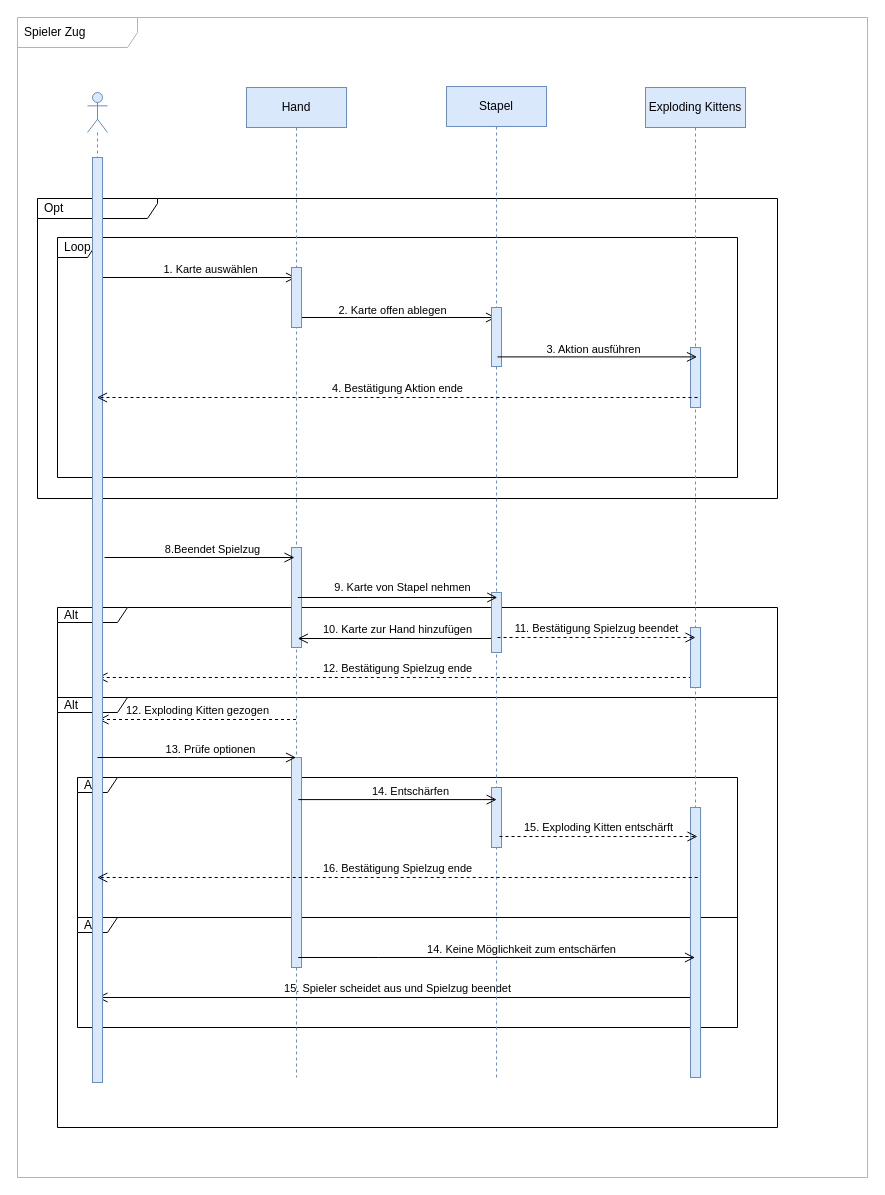
anuerk/se_exploding_kittens keeps this draw.io diagram as sequence_diagram/diagram/workspace/sequence.drawio. Above is the earlier version. Source tidied: cells renumbered, new cells numbered last; positions are measured from the earlier drawing's top-left corner, leaving out a move shared by most shapes. Both pictures are drawn from the tidied source at 100%, with x=0, y=0 at pixel (17, 17).
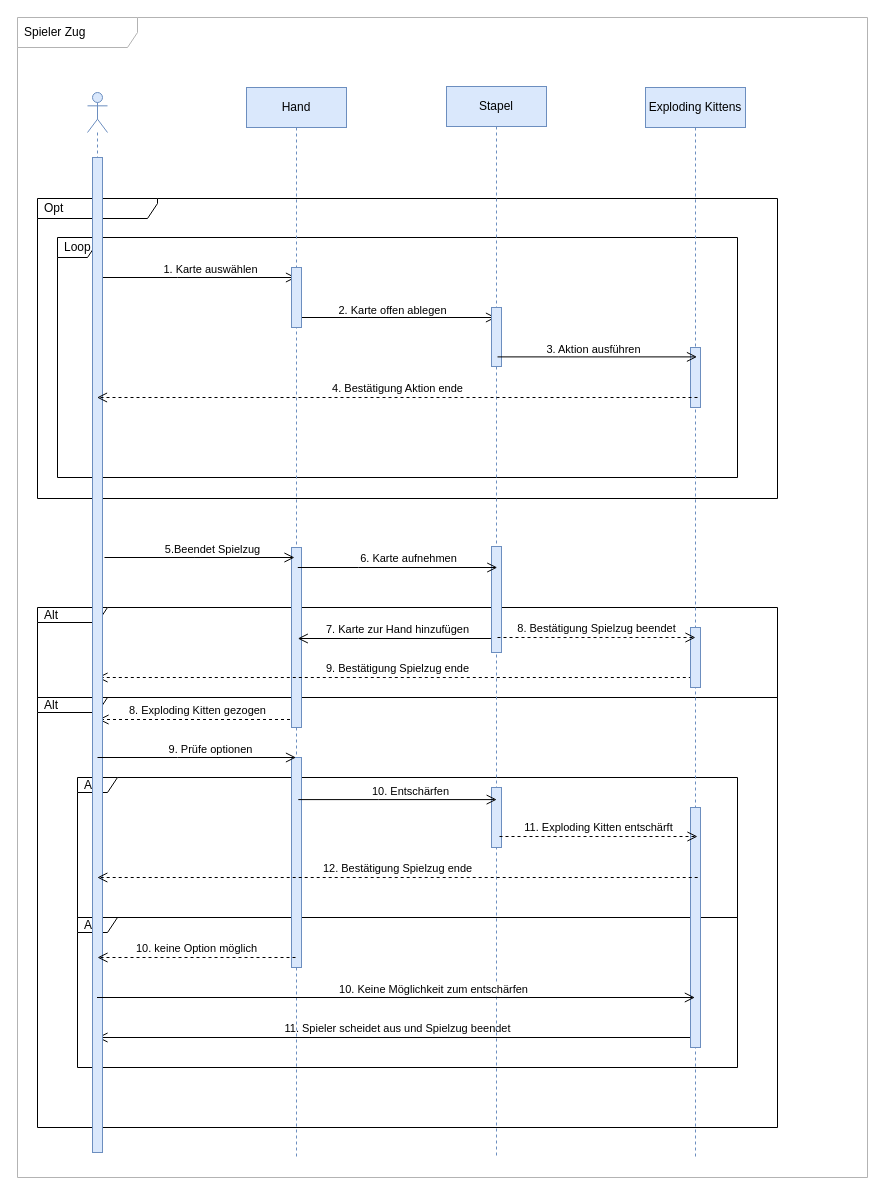
The same page after the edit.

Unchanged cells that the change refers to:
```xml
<mxCell id="22" style="endArrow=open;html=1;rounded=0;verticalAlign=bottom;strokeWidth=1;labelBackgroundColor=none;endFill=0;endSize=8;startFill=0;" parent="20" edge="1">
  <mxGeometry relative="1" as="geometry">
    <mxPoint x="50.8" y="552" as="sourcePoint" />
    <mxPoint x="-148.7" y="552" as="targetPoint" />
    <Array as="points">
      <mxPoint x="-88.1" y="552" />
    </Array>
  </mxGeometry>
</mxCell>
<mxCell id="33" style="endArrow=open;startArrow=none;endFill=0;startFill=0;endSize=8;html=1;verticalAlign=bottom;labelBackgroundColor=none;strokeWidth=1;rounded=0;" parent="1" edge="1">
  <mxGeometry relative="1" as="geometry">
    <mxPoint x="87" y="540" as="sourcePoint" />
    <mxPoint x="277" y="540" as="targetPoint" />
    <Array as="points">
      <mxPoint x="177.3" y="540" />
    </Array>
  </mxGeometry>
</mxCell>
<mxCell id="41" style="endArrow=open;startArrow=none;endFill=0;startFill=0;endSize=8;html=1;verticalAlign=bottom;labelBackgroundColor=none;strokeWidth=1;rounded=0;" parent="1" edge="1">
  <mxGeometry relative="1" as="geometry">
    <mxPoint x="80" y="740" as="sourcePoint" />
    <mxPoint x="278.5" y="740" as="targetPoint" />
    <Array as="points">
      <mxPoint x="160" y="740" />
    </Array>
  </mxGeometry>
</mxCell>
<mxCell id="43" style="endArrow=open;startArrow=none;endFill=0;startFill=0;endSize=8;html=1;verticalAlign=bottom;labelBackgroundColor=none;strokeWidth=1;rounded=0;" parent="1" edge="1">
  <mxGeometry relative="1" as="geometry">
    <mxPoint x="280.8" y="782.1" as="sourcePoint" />
    <mxPoint x="479.2" y="782.1" as="targetPoint" />
    <Array as="points">
      <mxPoint x="360.8" y="782.1" />
    </Array>
  </mxGeometry>
</mxCell>
```

Diff of the diagram source:
```diff
@@
     <mxCell id="3" value="Alt" style="shape=umlFrame;whiteSpace=wrap;html=1;width=70;height=15;boundedLbl=1;verticalAlign=middle;align=left;spacingLeft=5;rounded=0;labelBackgroundColor=none;strokeColor=default;fillColor=none;gradientColor=none;" parent="1" vertex="1">
-      <mxGeometry x="40" y="680" width="720" height="430" as="geometry" />
+      <mxGeometry x="20" y="680" width="740" height="430" as="geometry" />
     </mxCell>
     <mxCell id="4" value="Alt" style="shape=umlFrame;whiteSpace=wrap;html=1;width=40;height=15;boundedLbl=1;verticalAlign=middle;align=left;spacingLeft=5;rounded=0;labelBackgroundColor=none;strokeColor=default;fillColor=none;gradientColor=none;" parent="1" vertex="1">
-      <mxGeometry x="60" y="900" width="660" height="110" as="geometry" />
+      <mxGeometry x="60" y="900" width="660" height="150" as="geometry" />
     </mxCell>
@@
-    <mxCell id="6" value="12. Exploding Kitten gezogen" style="endArrow=open;startArrow=none;endFill=0;startFill=0;endSize=8;html=1;verticalAlign=bottom;dashed=1;labelBackgroundColor=none;rounded=0;" parent="1" edge="1" source="12">
+    <mxCell id="6" value="8. Exploding Kitten gezogen" style="endArrow=open;startArrow=none;endFill=0;startFill=0;endSize=8;html=1;verticalAlign=bottom;dashed=1;labelBackgroundColor=none;rounded=0;" parent="1" edge="1" source="12">
       <mxGeometry relative="1" as="geometry">
         <mxPoint x="81" y="702" as="targetPoint" />
       </mxGeometry>
     </mxCell>
     <mxCell id="7" value="Alt" style="shape=umlFrame;whiteSpace=wrap;html=1;width=70;height=15;boundedLbl=1;verticalAlign=middle;align=left;spacingLeft=5;rounded=0;labelBackgroundColor=none;strokeColor=default;fillColor=none;gradientColor=none;" parent="1" vertex="1">
-      <mxGeometry x="40" y="590" width="720" height="90" as="geometry" />
+      <mxGeometry x="20" y="590" width="740" height="90" as="geometry" />
     </mxCell>
@@
     <mxCell id="12" value="Hand" style="shape=umlLifeline;perimeter=lifelinePerimeter;whiteSpace=wrap;html=1;outlineConnect=0;rounded=0;labelBackgroundColor=none;fillColor=#dae8fc;strokeColor=#6c8ebf;" parent="1" vertex="1">
-      <mxGeometry x="229" y="70" width="100" height="990" as="geometry" />
+      <mxGeometry x="229" y="70" width="100" height="1070" as="geometry" />
     </mxCell>
@@
     <mxCell id="16" style="rounded=0;whiteSpace=wrap;html=1;labelBackgroundColor=none;strokeColor=#6c8ebf;fillColor=#dae8fc;" parent="12" vertex="1">
-      <mxGeometry x="45" y="460" width="10" height="100" as="geometry" />
+      <mxGeometry x="45" y="460" width="10" height="180" as="geometry" />
     </mxCell>
@@
-    <mxCell id="19" value="15. Spieler scheidet aus und Spielzug beendet" style="endArrow=open;startArrow=none;endFill=0;startFill=0;endSize=8;html=1;verticalAlign=bottom;labelBackgroundColor=none;rounded=0;strokeWidth=1;" parent="12" edge="1">
+    <mxCell id="19" value="11. Spieler scheidet aus und Spielzug beendet" style="endArrow=open;startArrow=none;endFill=0;startFill=0;endSize=8;html=1;verticalAlign=bottom;labelBackgroundColor=none;rounded=0;strokeWidth=1;" parent="12" edge="1">
       <mxGeometry relative="1" as="geometry">
-        <mxPoint x="451.3" y="910" as="sourcePoint" />
-        <mxPoint x="-149" y="910" as="targetPoint" />
+        <mxPoint x="451.3" y="950" as="sourcePoint" />
+        <mxPoint x="-149" y="950" as="targetPoint" />
       </mxGeometry>
     </mxCell>
     <mxCell id="20" value="Stapel" style="shape=umlLifeline;perimeter=lifelinePerimeter;whiteSpace=wrap;html=1;outlineConnect=0;rounded=0;labelBackgroundColor=none;fillColor=#dae8fc;strokeColor=#6c8ebf;" parent="1" vertex="1">
-      <mxGeometry x="429" y="69" width="100" height="991" as="geometry" />
+      <mxGeometry x="429" y="69" width="100" height="1071" as="geometry" />
     </mxCell>
@@
-    <mxCell id="23" value="10. Karte zur Hand hinzufügen" style="edgeLabel;html=1;align=center;verticalAlign=middle;" parent="22" vertex="1">
+    <mxCell id="23" value="7. Karte zur Hand hinzufügen" style="edgeLabel;html=1;align=center;verticalAlign=middle;" parent="22" vertex="1">
       <mxGeometry x="-0.34" y="4" relative="1" as="geometry">
         <mxPoint x="-34" y="-14" as="offset" />
       </mxGeometry>
     </mxCell>
     <mxCell id="24" style="rounded=0;whiteSpace=wrap;html=1;labelBackgroundColor=none;strokeColor=#6c8ebf;fillColor=#dae8fc;" parent="20" vertex="1">
-      <mxGeometry x="45" y="506" width="10" height="60" as="geometry" />
+      <mxGeometry x="45" y="460" width="10" height="106" as="geometry" />
     </mxCell>
-    <mxCell id="25" value="12. Bestätigung Spielzug ende" style="endArrow=open;startArrow=none;endFill=0;startFill=0;endSize=8;html=1;verticalAlign=bottom;dashed=1;labelBackgroundColor=none;rounded=0;" parent="20" edge="1">
+    <mxCell id="25" value="9. Bestätigung Spielzug ende" style="endArrow=open;startArrow=none;endFill=0;startFill=0;endSize=8;html=1;verticalAlign=bottom;dashed=1;labelBackgroundColor=none;rounded=0;" parent="20" edge="1">
       <mxGeometry relative="1" as="geometry">
         <mxPoint x="251.3" y="591" as="sourcePoint" />
         <mxPoint x="-349" y="591" as="targetPoint" />
       </mxGeometry>
     </mxCell>
@@
     <mxCell id="27" value="Exploding Kittens" style="shape=umlLifeline;perimeter=lifelinePerimeter;whiteSpace=wrap;html=1;outlineConnect=0;rounded=0;labelBackgroundColor=none;fillColor=#dae8fc;strokeColor=#6c8ebf;" parent="1" vertex="1">
-      <mxGeometry x="628" y="70" width="100" height="990" as="geometry" />
+      <mxGeometry x="628" y="70" width="100" height="1070" as="geometry" />
     </mxCell>
@@
     <mxCell id="30" style="rounded=0;whiteSpace=wrap;html=1;labelBackgroundColor=none;strokeColor=#6c8ebf;fillColor=#dae8fc;" parent="27" vertex="1">
-      <mxGeometry x="45" y="720" width="10" height="270" as="geometry" />
+      <mxGeometry x="45" y="720" width="10" height="240" as="geometry" />
     </mxCell>
     <mxCell id="31" style="shape=umlLifeline;participant=umlActor;perimeter=lifelinePerimeter;whiteSpace=wrap;html=1;verticalAlign=top;spacingTop=36;outlineConnect=0;rounded=0;labelBackgroundColor=none;strokeColor=#6c8ebf;fillColor=#dae8fc;" parent="1" vertex="1">
-      <mxGeometry x="70" y="75" width="20" height="990" as="geometry" />
+      <mxGeometry x="70" y="75" width="20" height="1060" as="geometry" />
     </mxCell>
     <mxCell id="32" style="rounded=0;whiteSpace=wrap;html=1;labelBackgroundColor=none;strokeColor=#6c8ebf;fillColor=#dae8fc;" parent="31" vertex="1">
-      <mxGeometry x="5" y="65" width="10" height="925" as="geometry" />
+      <mxGeometry x="5" y="65" width="10" height="995" as="geometry" />
     </mxCell>
@@
-    <mxCell id="34" value="8.Beendet Spielzug" style="edgeLabel;html=1;align=center;verticalAlign=middle;" parent="33" vertex="1">
+    <mxCell id="34" value="5.Beendet Spielzug" style="edgeLabel;html=1;align=center;verticalAlign=middle;" parent="33" vertex="1">
       <mxGeometry x="0.12" y="9" relative="1" as="geometry">
         <mxPoint x="1" as="offset" />
       </mxGeometry>
     </mxCell>
@@
-    <mxCell id="37" value="11. Bestätigung Spielzug beendet" style="endArrow=open;startArrow=none;endFill=0;startFill=0;endSize=8;html=1;verticalAlign=bottom;labelBackgroundColor=none;rounded=0;dashed=1;" parent="1" edge="1">
+    <mxCell id="37" value="8. Bestätigung Spielzug beendet" style="endArrow=open;startArrow=none;endFill=0;startFill=0;endSize=8;html=1;verticalAlign=bottom;labelBackgroundColor=none;rounded=0;dashed=1;" parent="1" edge="1">
       <mxGeometry relative="1" as="geometry">
         <mxPoint x="480" y="620" as="sourcePoint" />
         <mxPoint x="678" y="620" as="targetPoint" />
       </mxGeometry>
     </mxCell>
@@
     <mxCell id="39" style="endArrow=open;html=1;rounded=0;verticalAlign=bottom;strokeWidth=1;labelBackgroundColor=none;endFill=0;endSize=8;startFill=0;" parent="1" edge="1">
       <mxGeometry relative="1" as="geometry">
-        <mxPoint x="280.3" y="580" as="sourcePoint" />
-        <mxPoint x="479.8" y="580" as="targetPoint" />
+        <mxPoint x="280.3" y="550" as="sourcePoint" />
+        <mxPoint x="479.8" y="550" as="targetPoint" />
         <Array as="points">
-          <mxPoint x="340.9" y="580" />
+          <mxPoint x="340.9" y="550" />
         </Array>
       </mxGeometry>
     </mxCell>
-    <mxCell id="40" value="9. Karte von Stapel nehmen" style="edgeLabel;html=1;align=center;verticalAlign=middle;" parent="39" vertex="1">
+    <mxCell id="40" value="6. Karte aufnehmen" style="edgeLabel;html=1;align=center;verticalAlign=middle;" parent="39" vertex="1">
       <mxGeometry x="0.12" y="7" relative="1" as="geometry">
-        <mxPoint x="-8" y="-4" as="offset" />
+        <mxPoint x="-2" y="-3" as="offset" />
       </mxGeometry>
     </mxCell>
@@
-    <mxCell id="42" value="13. Prüfe optionen" style="edgeLabel;html=1;align=center;verticalAlign=middle;" parent="41" vertex="1">
+    <mxCell id="42" value="9. Prüfe optionen" style="edgeLabel;html=1;align=center;verticalAlign=middle;" parent="41" vertex="1">
       <mxGeometry x="0.12" y="9" relative="1" as="geometry">
         <mxPoint x="1" as="offset" />
       </mxGeometry>
     </mxCell>
@@
-    <mxCell id="44" value="14. Entschärfen" style="edgeLabel;html=1;align=center;verticalAlign=middle;" parent="43" vertex="1">
+    <mxCell id="44" value="10. Entschärfen" style="edgeLabel;html=1;align=center;verticalAlign=middle;" parent="43" vertex="1">
       <mxGeometry x="0.12" y="9" relative="1" as="geometry">
         <mxPoint x="1" as="offset" />
       </mxGeometry>
     </mxCell>
-    <mxCell id="45" value="15. Exploding Kitten entschärft" style="endArrow=open;startArrow=none;endFill=0;startFill=0;endSize=8;html=1;verticalAlign=bottom;labelBackgroundColor=none;rounded=0;dashed=1;" parent="1" edge="1">
+    <mxCell id="45" value="11. Exploding Kitten entschärft" style="endArrow=open;startArrow=none;endFill=0;startFill=0;endSize=8;html=1;verticalAlign=bottom;labelBackgroundColor=none;rounded=0;dashed=1;" parent="1" edge="1">
       <mxGeometry relative="1" as="geometry">
         <mxPoint x="482" y="819" as="sourcePoint" />
         <mxPoint x="680" y="819" as="targetPoint" />
       </mxGeometry>
     </mxCell>
-    <mxCell id="46" value="16. Bestätigung Spielzug ende" style="endArrow=open;startArrow=none;endFill=0;startFill=0;endSize=8;html=1;verticalAlign=bottom;dashed=1;labelBackgroundColor=none;rounded=0;" parent="1" edge="1">
+    <mxCell id="46" value="12. Bestätigung Spielzug ende" style="endArrow=open;startArrow=none;endFill=0;startFill=0;endSize=8;html=1;verticalAlign=bottom;dashed=1;labelBackgroundColor=none;rounded=0;" parent="1" edge="1">
       <mxGeometry relative="1" as="geometry">
         <mxPoint x="680.2" y="860" as="sourcePoint" />
         <mxPoint x="79.8" y="860" as="targetPoint" />
       </mxGeometry>
     </mxCell>
-    <mxCell id="47" style="endArrow=open;startArrow=none;endFill=0;startFill=0;endSize=8;html=1;verticalAlign=bottom;labelBackgroundColor=none;strokeWidth=1;rounded=0;" parent="1" edge="1" target="27">
+    <mxCell id="47" style="endArrow=open;startArrow=none;endFill=0;startFill=0;endSize=8;html=1;verticalAlign=bottom;labelBackgroundColor=none;strokeWidth=1;rounded=0;" parent="1" edge="1" source="31">
       <mxGeometry relative="1" as="geometry">
-        <mxPoint x="280.8" y="940" as="sourcePoint" />
+        <mxPoint x="677.4" y="980" as="targetPoint" />
         <Array as="points">
-          <mxPoint x="360.8" y="940" />
+          <mxPoint x="360.6" y="980" />
         </Array>
       </mxGeometry>
     </mxCell>
-    <mxCell id="48" value="14. Keine Möglichkeit zum entschärfen" style="edgeLabel;html=1;align=center;verticalAlign=middle;" parent="47" vertex="1">
+    <mxCell id="48" value="10. Keine Möglichkeit zum entschärfen" style="edgeLabel;html=1;align=center;verticalAlign=middle;" parent="47" vertex="1">
       <mxGeometry x="0.12" y="9" relative="1" as="geometry">
         <mxPoint x="1" as="offset" />
       </mxGeometry>
     </mxCell>
+    <mxCell id="49" value="10. keine Option möglich" style="endArrow=open;startArrow=none;endFill=0;startFill=0;endSize=8;html=1;verticalAlign=bottom;labelBackgroundColor=none;rounded=0;dashed=1;" parent="1" edge="1">
+      <mxGeometry relative="1" as="geometry">
+        <mxPoint x="278" y="940" as="sourcePoint" />
+        <mxPoint x="80" y="940" as="targetPoint" />
+      </mxGeometry>
+    </mxCell>
```
